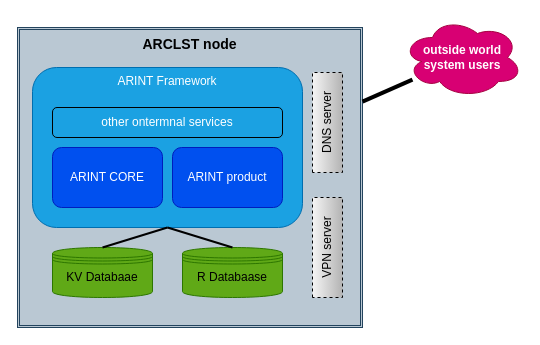
petre-renware/arint keeps this draw.io diagram as docs/pictures/system_landscape.drawio. Above is the earlier version. Source tidied: cells renumbered, new cells numbered last; positions are measured from the earlier drawing's top-left corner, leaving out a move shared by most shapes. Both pictures are drawn from the tidied source at 100%, with x=0, y=0 at pixel (17, 17).
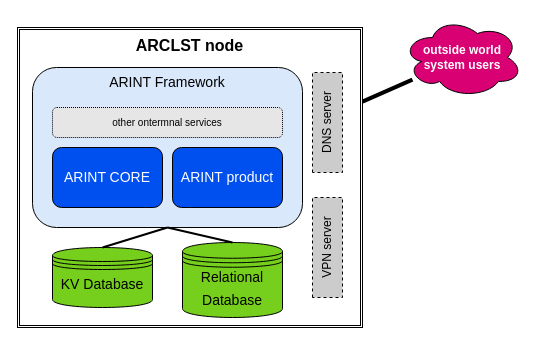
After the change.

Diff of the diagram source:
```diff
@@
-<mxGraphModel>
+<mxGraphModel background="#ffffff">
   <root>
     <mxCell id="0" />
     <mxCell id="1" parent="0" />
-    <mxCell id="2" value="ARCLST node" style="shape=ext;double=1;rounded=0;whiteSpace=wrap;html=1;align=center;verticalAlign=top;fontStyle=1;fontSize=14;fillColor=#bac8d3;strokeColor=#23445d;fontColor=#000000;" parent="1" vertex="1">
+    <mxCell id="2" value="ARCLST node" style="shape=ext;double=1;rounded=0;whiteSpace=wrap;html=1;align=center;verticalAlign=top;fontStyle=1;fontSize=16;fillColor=none;strokeColor=#000000;fontColor=#000000;" parent="1" vertex="1">
       <mxGeometry y="10" width="345" height="300" as="geometry" />
     </mxCell>
-    <mxCell id="3" value="ARINT Framework" style="rounded=1;whiteSpace=wrap;html=1;verticalAlign=top;fontStyle=0;fillColor=#1ba1e2;fontColor=#ffffff;strokeColor=#006EAF;" parent="1" vertex="1">
+    <mxCell id="3" value="ARINT Framework" style="rounded=1;whiteSpace=wrap;html=1;verticalAlign=top;fontStyle=0;fillColor=#DAE8FC;strokeColor=#000000;fillStyle=auto;gradientColor=none;fontColor=#000000;fontSize=14;" parent="1" vertex="1">
       <mxGeometry x="15" y="50" width="270" height="160" as="geometry" />
     </mxCell>
-    <mxCell id="4" value="ARINT product" style="rounded=1;whiteSpace=wrap;html=1;fillColor=#0050ef;fontColor=#ffffff;strokeColor=#001DBC;" parent="1" vertex="1">
+    <mxCell id="4" value="ARINT product" style="rounded=1;whiteSpace=wrap;html=1;fillColor=#0050ef;fontColor=#ffffff;strokeColor=#000000;fontSize=14;" parent="1" vertex="1">
       <mxGeometry x="155" y="130" width="110" height="60" as="geometry" />
     </mxCell>
-    <mxCell id="5" value="other ontermnal services" style="rounded=1;whiteSpace=wrap;html=1;fillColor=#1ba1e2;fontColor=#ffffff;strokeColor=#000000;" parent="1" vertex="1">
+    <mxCell id="5" value="other ontermnal services" style="rounded=1;whiteSpace=wrap;html=1;fillColor=#E6E6E6;fontColor=#000000;strokeColor=#000000;fontSize=10;dashed=1;dashPattern=1 1;" parent="1" vertex="1">
       <mxGeometry x="35" y="90" width="230" height="30" as="geometry" />
     </mxCell>
-    <mxCell id="6" value="ARINT CORE" style="rounded=1;whiteSpace=wrap;html=1;fillColor=#0050ef;fontColor=#ffffff;strokeColor=#001DBC;" parent="1" vertex="1">
+    <mxCell id="6" value="ARINT CORE" style="rounded=1;whiteSpace=wrap;html=1;fillColor=#0050ef;fontColor=#ffffff;strokeColor=#000000;fontSize=14;" parent="1" vertex="1">
       <mxGeometry x="35" y="130" width="110" height="60" as="geometry" />
     </mxCell>
-    <mxCell id="7" value="&lt;sup style=&quot;&quot;&gt;&lt;font style=&quot;font-size: 12px;&quot;&gt;KV Databaae&lt;/font&gt;&lt;/sup&gt;" style="shape=datastore;whiteSpace=wrap;html=1;fontSize=16;fontColor=#000000;fillColor=#60a917;strokeColor=#2D7600;" parent="1" vertex="1">
-      <mxGeometry x="35" y="230" width="100" height="50" as="geometry" />
+    <mxCell id="7" value="&lt;sup style=&quot;font-size: 14px;&quot;&gt;&lt;font style=&quot;font-size: 14px;&quot;&gt;KV Database&lt;/font&gt;&lt;/sup&gt;" style="shape=datastore;whiteSpace=wrap;html=1;fontSize=14;fontColor=#000000;fillColor=#75CF1C;strokeColor=#000000;" parent="1" vertex="1">
+      <mxGeometry x="35" y="230" width="100" height="60" as="geometry" />
     </mxCell>
-    <mxCell id="8" value="&lt;sup style=&quot;&quot;&gt;&lt;font style=&quot;font-size: 12px;&quot;&gt;R Databaase&lt;/font&gt;&lt;/sup&gt;" style="shape=datastore;whiteSpace=wrap;html=1;fontSize=16;fillColor=#60a917;fontColor=#000000;strokeColor=#2D7600;" parent="1" vertex="1">
-      <mxGeometry x="165" y="230" width="100" height="50" as="geometry" />
+    <mxCell id="8" value="&lt;sup style=&quot;font-size: 14px;&quot;&gt;&lt;font style=&quot;font-size: 14px;&quot;&gt;Relational Database&lt;/font&gt;&lt;/sup&gt;" style="shape=datastore;whiteSpace=wrap;html=1;fontSize=14;fillColor=#75CF1C;fontColor=#000000;strokeColor=#000000;" parent="1" vertex="1">
+      <mxGeometry x="165" y="225" width="100" height="75" as="geometry" />
     </mxCell>
-    <mxCell id="9" value="outside world&lt;br style=&quot;font-size: 12px;&quot;&gt;system users" style="ellipse;shape=cloud;whiteSpace=wrap;html=1;fillColor=#d80073;fontColor=#ffffff;strokeColor=#A50040;fontStyle=1;fontSize=12;" parent="1" vertex="1">
+    <mxCell id="9" value="outside world&lt;br style=&quot;font-size: 12px;&quot;&gt;system users" style="ellipse;shape=cloud;whiteSpace=wrap;html=1;fillColor=#d80073;fontColor=#ffffff;strokeColor=#000000;fontStyle=1;fontSize=12;" parent="1" vertex="1">
       <mxGeometry x="385" width="120" height="80" as="geometry" />
     </mxCell>
-    <mxCell id="10" style="endArrow=none;html=1;rounded=0;strokeWidth=4;" parent="1" edge="1" source="2" target="9">
+    <mxCell id="10" style="endArrow=none;html=1;rounded=0;strokeWidth=4;strokeColor=#000000;" parent="1" edge="1" source="2" target="9">
       <mxGeometry relative="1" as="geometry" />
     </mxCell>
-    <mxCell id="11" value="DNS server" style="rounded=0;whiteSpace=wrap;html=1;dashed=1;fillColor=#f5f5f5;strokeColor=#000000;gradientColor=#b3b3b3;fontColor=#000000;rotation=-90;" parent="1" vertex="1">
+    <mxCell id="11" value="DNS server" style="rounded=0;whiteSpace=wrap;html=1;dashed=1;fillColor=#CCCCCC;strokeColor=#000000;gradientColor=none;fontColor=#000000;rotation=-90;" parent="1" vertex="1">
       <mxGeometry x="260" y="90" width="100" height="30" as="geometry" />
     </mxCell>
-    <mxCell id="12" value="VPN server" style="rounded=0;whiteSpace=wrap;html=1;dashed=1;fillColor=#f5f5f5;strokeColor=#000000;gradientColor=#b3b3b3;fontColor=#000000;rotation=-90;" parent="1" vertex="1">
+    <mxCell id="12" value="VPN server" style="rounded=0;whiteSpace=wrap;html=1;dashed=1;fillColor=#CCCCCC;strokeColor=#000000;gradientColor=none;fontColor=#000000;rotation=-90;" parent="1" vertex="1">
       <mxGeometry x="260" y="215" width="100" height="30" as="geometry" />
     </mxCell>
     <mxCell id="13" style="endArrow=none;html=1;rounded=0;entryX=0.5;entryY=1;entryDx=0;entryDy=0;exitX=0.5;exitY=0;exitDx=0;exitDy=0;strokeColor=#000000;strokeWidth=2;" parent="1" edge="1" source="7" target="3">
       <mxGeometry relative="1" as="geometry" />
     </mxCell>
     <mxCell id="14" style="endArrow=none;html=1;rounded=0;entryX=0.5;entryY=1;entryDx=0;entryDy=0;exitX=0.5;exitY=0;exitDx=0;exitDy=0;strokeColor=#000000;strokeWidth=2;" parent="1" edge="1" source="8" target="3">
       <mxGeometry relative="1" as="geometry" />
     </mxCell>
   </root>
 </mxGraphModel>
```
